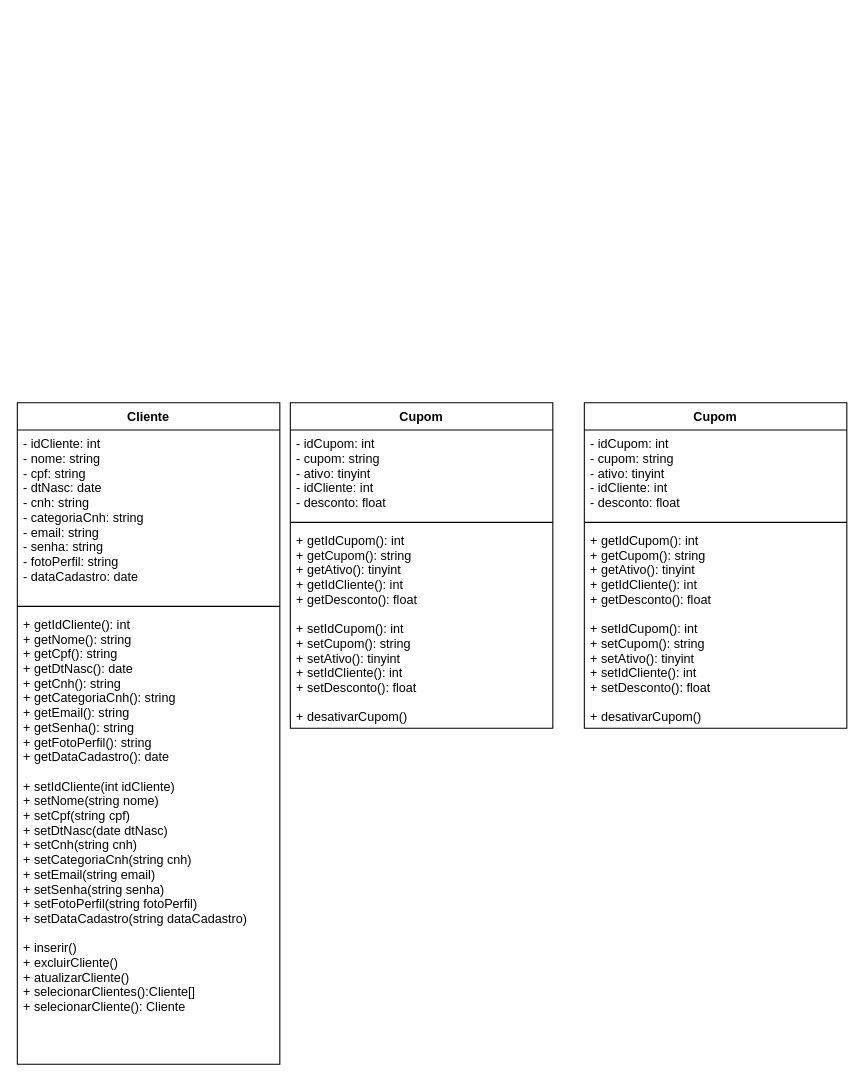
klisssolutions/MobShare-Diversos keeps this draw.io diagram as diagramaClasse/uml.drawio. Above is the earlier version. Source tidied: cells renumbered, new cells numbered last; positions are measured from the earlier drawing's top-left corner, leaving out a move shared by most shapes. Both pictures are drawn from the tidied source at 105%, with x=0, y=0 at pixel (17, 402).
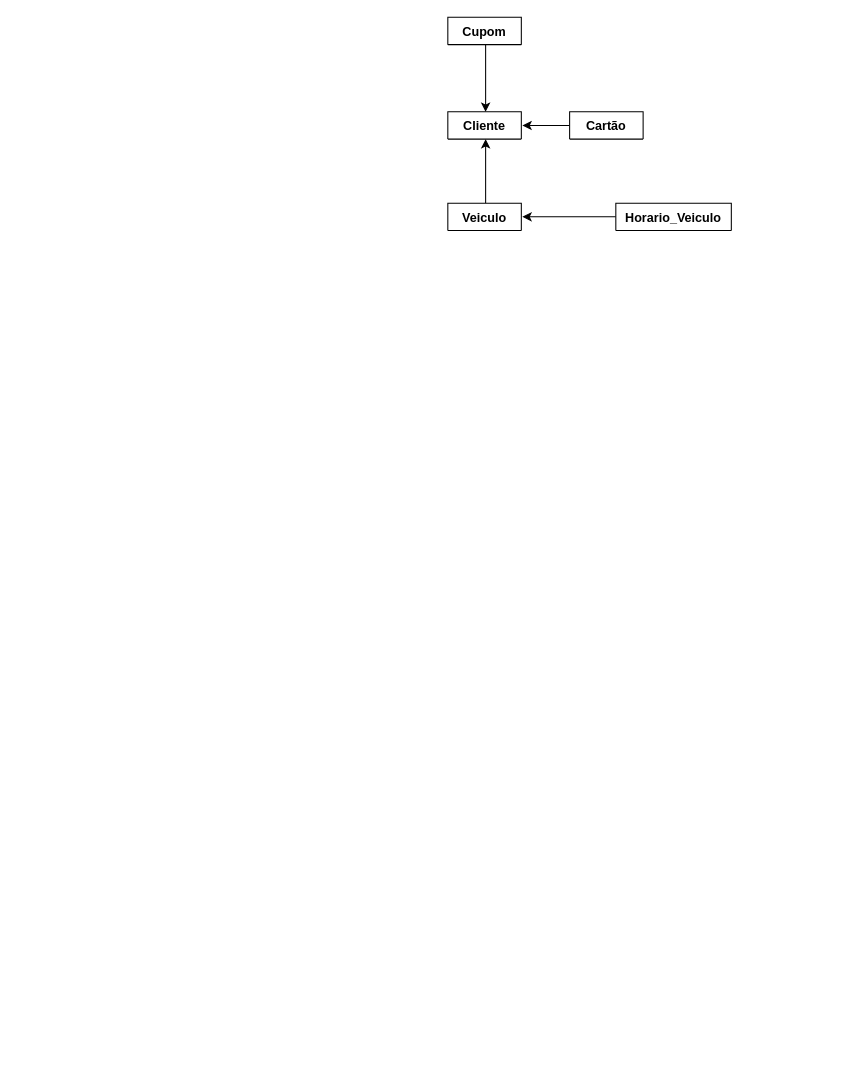
Above is the later version.

Change to the diagram source:
```diff
@@
 <mxGraphModel>
   <root>
     <mxCell id="0" />
     <mxCell id="1" parent="0" />
-    <mxCell id="2" value="Cliente" style="swimlane;fontStyle=1;align=center;verticalAlign=top;horizontal=1;startSize=26;" parent="1" vertex="1">
-      <mxGeometry width="250" height="630" as="geometry" />
+    <mxCell id="2" value="Cliente" style="swimlane;fontStyle=1;align=center;verticalAlign=top;horizontal=1;startSize=26;" parent="1" vertex="1" collapsed="1">
+      <mxGeometry x="410" y="-277" width="70" height="26" as="geometry" />
     </mxCell>
-    <mxCell id="3" value="- idCliente: int&#10;- nome: string&#10;- cpf: string&#10;- dtNasc: date&#10;- cnh: string&#10;- categoriaCnh: string&#10;- email: string&#10;- senha: string&#10;- fotoPerfil: string&#10;- dataCadastro: date&#10;&#10;&#10;&#10;&#10;" style="text;strokeColor=none;fillColor=none;align=left;verticalAlign=top;spacingLeft=4;spacingRight=4;overflow=hidden;" parent="2" vertex="1">
-      <mxGeometry y="26" width="250" height="164" as="geometry" />
-    </mxCell>
-    <mxCell id="4" style="line;strokeWidth=1;fillColor=none;align=left;verticalAlign=middle;spacingTop=-1;spacingLeft=3;spacingRight=3;labelPosition=right;" parent="2" vertex="1">
-      <mxGeometry y="190" width="250" height="8" as="geometry" />
-    </mxCell>
-    <mxCell id="5" value="+ getIdCliente(): int&#10;+ getNome(): string&#10;+ getCpf(): string&#10;+ getDtNasc(): date&#10;+ getCnh(): string&#10;+ getCategoriaCnh(): string&#10;+ getEmail(): string&#10;+ getSenha(): string&#10;+ getFotoPerfil(): string&#10;+ getDataCadastro(): date&#10;&#10;+ setIdCliente(int idCliente)&#10;+ setNome(string nome)&#10;+ setCpf(string cpf)&#10;+ setDtNasc(date dtNasc)&#10;+ setCnh(string cnh)&#10;+ setCategoriaCnh(string cnh)&#10;+ setEmail(string email)&#10;+ setSenha(string senha)&#10;+ setFotoPerfil(string fotoPerfil)&#10;+ setDataCadastro(string dataCadastro)&#10;&#10;+ inserir()&#10;+ excluirCliente()&#10;+ atualizarCliente()&#10;+ selecionarClientes():Cliente[]&#10;+ selecionarCliente(): Cliente&#10;&#10;&#10;&#10;&#10;" style="text;strokeColor=none;fillColor=none;align=left;verticalAlign=top;spacingLeft=4;spacingRight=4;overflow=hidden;" parent="2" vertex="1">
-      <mxGeometry y="198" width="250" height="432" as="geometry" />
-    </mxCell>
+    <mxCell id="14" style="edgeStyle=orthogonalEdgeStyle;rounded=0;orthogonalLoop=1;jettySize=auto;html=1;exitX=0.5;exitY=1;exitDx=0;exitDy=0;entryX=0.5;entryY=0;entryDx=0;entryDy=0;" parent="1" edge="1">
+      <mxGeometry relative="1" as="geometry">
+        <mxPoint x="446" y="-341" as="sourcePoint" />
+        <mxPoint x="446" y="-277" as="targetPoint" />
+      </mxGeometry>
+    </mxCell>
-    <mxCell id="6" value="Cupom" style="swimlane;fontStyle=1;align=center;verticalAlign=top;horizontal=1;startSize=26;" parent="1" vertex="1">
-      <mxGeometry x="260" width="250" height="310" as="geometry" />
+    <mxCell id="6" value="Cupom" style="swimlane;fontStyle=1;align=center;verticalAlign=top;horizontal=1;startSize=26;" parent="1" vertex="1" collapsed="1">
+      <mxGeometry x="410" y="-367" width="70" height="26" as="geometry" />
     </mxCell>
-    <mxCell id="7" value="- idCupom: int&#10;- cupom: string&#10;- ativo: tinyint&#10;- idCliente: int&#10;- desconto: float&#10;&#10;&#10;&#10;&#10;" style="text;strokeColor=none;fillColor=none;align=left;verticalAlign=top;spacingLeft=4;spacingRight=4;overflow=hidden;" parent="6" vertex="1">
-      <mxGeometry y="26" width="250" height="84" as="geometry" />
-    </mxCell>
-    <mxCell id="8" style="line;strokeWidth=1;fillColor=none;align=left;verticalAlign=middle;spacingTop=-1;spacingLeft=3;spacingRight=3;labelPosition=right;" parent="6" vertex="1">
-      <mxGeometry y="110" width="250" height="8" as="geometry" />
-    </mxCell>
-    <mxCell id="9" value="+ getIdCupom(): int&#10;+ getCupom(): string&#10;+ getAtivo(): tinyint&#10;+ getIdCliente(): int&#10;+ getDesconto(): float&#10;&#10;+ setIdCupom(): int&#10;+ setCupom(): string&#10;+ setAtivo(): tinyint&#10;+ setIdCliente(): int&#10;+ setDesconto(): float&#10;&#10;+ desativarCupom()&#10;&#10;" style="text;strokeColor=none;fillColor=none;align=left;verticalAlign=top;spacingLeft=4;spacingRight=4;overflow=hidden;" parent="6" vertex="1">
-      <mxGeometry y="118" width="250" height="192" as="geometry" />
-    </mxCell>
+    <mxCell id="15" style="edgeStyle=orthogonalEdgeStyle;rounded=0;jettySize=auto;html=1;exitX=0;exitY=0.5;exitDx=0;exitDy=0;entryX=1;entryY=0.5;entryDx=0;entryDy=0;" parent="1" edge="1" source="10">
+      <mxGeometry relative="1" as="geometry">
+        <mxPoint x="481" y="-264" as="targetPoint" />
+      </mxGeometry>
+    </mxCell>
-    <mxCell id="10" value="Cupom" style="swimlane;fontStyle=1;align=center;verticalAlign=top;horizontal=1;startSize=26;" parent="1" vertex="1">
-      <mxGeometry x="540" width="250" height="310" as="geometry" />
+    <mxCell id="10" value="Cartão" style="swimlane;fontStyle=1;align=center;verticalAlign=top;horizontal=1;startSize=26;" parent="1" vertex="1" collapsed="1">
+      <mxGeometry x="526" y="-277" width="70" height="26" as="geometry" />
     </mxCell>
-    <mxCell id="11" value="- idCupom: int&#10;- cupom: string&#10;- ativo: tinyint&#10;- idCliente: int&#10;- desconto: float&#10;&#10;&#10;&#10;&#10;" style="text;strokeColor=none;fillColor=none;align=left;verticalAlign=top;spacingLeft=4;spacingRight=4;overflow=hidden;" parent="10" vertex="1">
-      <mxGeometry y="26" width="250" height="84" as="geometry" />
-    </mxCell>
-    <mxCell id="12" style="line;strokeWidth=1;fillColor=none;align=left;verticalAlign=middle;spacingTop=-1;spacingLeft=3;spacingRight=3;labelPosition=right;" parent="10" vertex="1">
-      <mxGeometry y="110" width="250" height="8" as="geometry" />
-    </mxCell>
-    <mxCell id="13" value="+ getIdCupom(): int&#10;+ getCupom(): string&#10;+ getAtivo(): tinyint&#10;+ getIdCliente(): int&#10;+ getDesconto(): float&#10;&#10;+ setIdCupom(): int&#10;+ setCupom(): string&#10;+ setAtivo(): tinyint&#10;+ setIdCliente(): int&#10;+ setDesconto(): float&#10;&#10;+ desativarCupom()&#10;&#10;" style="text;strokeColor=none;fillColor=none;align=left;verticalAlign=top;spacingLeft=4;spacingRight=4;overflow=hidden;" parent="10" vertex="1">
-      <mxGeometry y="118" width="250" height="192" as="geometry" />
-    </mxCell>
+    <mxCell id="16" style="edgeStyle=orthogonalEdgeStyle;rounded=0;orthogonalLoop=1;jettySize=auto;html=1;exitX=0.5;exitY=0;exitDx=0;exitDy=0;entryX=0.5;entryY=1;entryDx=0;entryDy=0;" parent="1" edge="1">
+      <mxGeometry relative="1" as="geometry">
+        <mxPoint x="446" y="-190" as="sourcePoint" />
+        <mxPoint x="446" y="-251" as="targetPoint" />
+      </mxGeometry>
+    </mxCell>
+    <mxCell id="17" value="Veiculo" style="swimlane;fontStyle=1;align=center;verticalAlign=top;horizontal=1;startSize=26;" parent="1" vertex="1" collapsed="1">
+      <mxGeometry x="410" y="-190" width="70" height="26" as="geometry" />
+    </mxCell>
+    <mxCell id="18" style="edgeStyle=orthogonalEdgeStyle;rounded=0;jettySize=auto;html=1;exitX=0;exitY=0.5;exitDx=0;exitDy=0;entryX=1;entryY=0.5;entryDx=0;entryDy=0;" parent="1" edge="1" source="19">
+      <mxGeometry relative="1" as="geometry">
+        <mxPoint x="481" y="-177" as="targetPoint" />
+      </mxGeometry>
+    </mxCell>
+    <mxCell id="19" value="Horario_Veiculo" style="swimlane;fontStyle=1;align=center;verticalAlign=top;horizontal=1;startSize=26;" parent="1" vertex="1" collapsed="1">
+      <mxGeometry x="570" y="-190" width="110" height="26" as="geometry" />
+    </mxCell>
   </root>
 </mxGraphModel>
```
